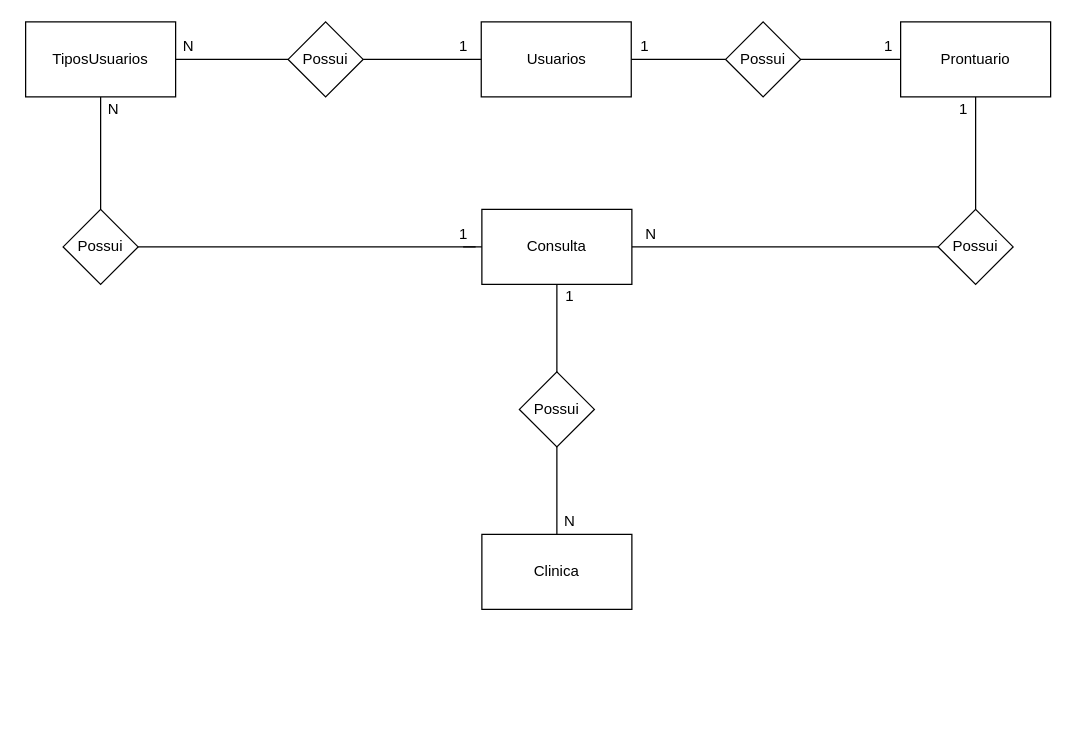
The draw.io diagram page "Conceitual" (1 of 2) of Projeto_SP_Medical Group/Modelagens/Modelagem_Projeto_SPMG.drawio in Matheus-neri1998/Senai_sprint1_bd, before the edit. Source tidied: cells renumbered, new cells numbered last; positions are measured from the earlier drawing's top-left corner, leaving out a move shared by most shapes. Both pictures are drawn from the tidied source at 125%, with x=0, y=0 at pixel (25, 21).
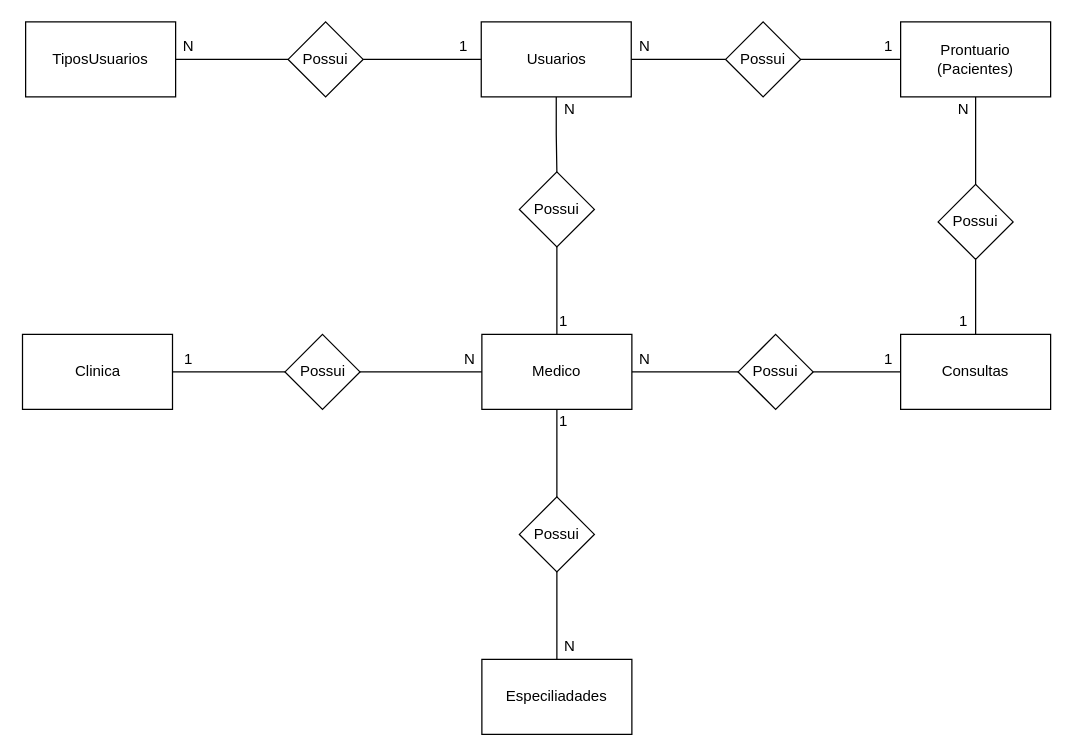
The same page after the edit.

Commit message:
Modelagens incompleto

Unchanged cells that the change refers to:
```xml
<mxCell id="5" value="TiposUsuarios" style="rounded=0;whiteSpace=wrap;html=1;" parent="1" vertex="1">
  <mxGeometry width="120" height="60" as="geometry" />
</mxCell>
<mxCell id="7" value="Usuarios" style="rounded=0;whiteSpace=wrap;html=1;" parent="1" vertex="1">
  <mxGeometry x="364.5" width="120" height="60" as="geometry" />
</mxCell>
```

Diff of the diagram source:
```diff
@@
-    <mxCell id="2" value="Clinica" style="rounded=0;whiteSpace=wrap;html=1;" parent="1" vertex="1">
-      <mxGeometry x="365" y="410" width="120" height="60" as="geometry" />
+    <mxCell id="2" value="Especiliadades" style="rounded=0;whiteSpace=wrap;html=1;" parent="1" vertex="1">
+      <mxGeometry x="365" y="510" width="120" height="60" as="geometry" />
     </mxCell>
@@
-    <mxCell id="4" style="edgeStyle=orthogonalEdgeStyle;rounded=0;jettySize=auto;html=1;exitX=0.5;exitY=1;exitDx=0;exitDy=0;endArrow=none;endFill=0;" parent="1" edge="1" source="5" target="21">
-      <mxGeometry relative="1" as="geometry" />
-    </mxCell>
@@
+    <mxCell id="33" style="edgeStyle=orthogonalEdgeStyle;rounded=0;jettySize=auto;html=1;exitX=0.5;exitY=1;exitDx=0;exitDy=0;endArrow=none;endFill=0;" parent="1" edge="1" source="7" target="41">
+      <mxGeometry relative="1" as="geometry" />
+    </mxCell>
@@
-    <mxCell id="8" style="edgeStyle=orthogonalEdgeStyle;rounded=0;jettySize=auto;html=1;exitX=0.5;exitY=1;exitDx=0;exitDy=0;entryX=0.5;entryY=0;entryDx=0;entryDy=0;endArrow=none;endFill=0;" parent="1" edge="1" source="9" target="17">
-      <mxGeometry relative="1" as="geometry" />
+    <mxCell id="8" style="edgeStyle=orthogonalEdgeStyle;rounded=0;jettySize=auto;html=1;exitX=0.5;exitY=1;exitDx=0;exitDy=0;entryX=0.5;entryY=0;entryDx=0;entryDy=0;endArrow=none;endFill=0;" parent="1" edge="1" source="9">
+      <mxGeometry relative="1" as="geometry">
+        <mxPoint x="760" y="150" as="targetPoint" />
+      </mxGeometry>
     </mxCell>
-    <mxCell id="9" value="Prontuario" style="rounded=0;whiteSpace=wrap;html=1;" parent="1" vertex="1">
+    <mxCell id="9" value="Prontuario&lt;br&gt;(Pacientes)" style="rounded=0;whiteSpace=wrap;html=1;" parent="1" vertex="1">
       <mxGeometry x="700" width="120" height="60" as="geometry" />
     </mxCell>
-    <mxCell id="10" style="edgeStyle=orthogonalEdgeStyle;rounded=0;jettySize=auto;html=1;exitX=1;exitY=0.5;exitDx=0;exitDy=0;entryX=0;entryY=0.5;entryDx=0;entryDy=0;endArrow=none;endFill=0;" parent="1" edge="1" source="12" target="17">
-      <mxGeometry relative="1" as="geometry" />
-    </mxCell>
-    <mxCell id="11" style="edgeStyle=orthogonalEdgeStyle;rounded=0;jettySize=auto;html=1;exitX=0.5;exitY=1;exitDx=0;exitDy=0;entryX=0.5;entryY=0;entryDx=0;entryDy=0;endArrow=none;endFill=0;" parent="1" edge="1" source="12" target="19">
-      <mxGeometry relative="1" as="geometry" />
-    </mxCell>
+    <mxCell id="34" style="edgeStyle=orthogonalEdgeStyle;rounded=0;jettySize=auto;html=1;exitX=1;exitY=0.5;exitDx=0;exitDy=0;endArrow=none;endFill=0;" parent="1" edge="1" source="12" target="43">
+      <mxGeometry relative="1" as="geometry" />
+    </mxCell>
-    <mxCell id="12" value="Consulta" style="rounded=0;whiteSpace=wrap;html=1;" parent="1" vertex="1">
-      <mxGeometry x="365" y="150" width="120" height="60" as="geometry" />
+    <mxCell id="12" value="Medico" style="rounded=0;whiteSpace=wrap;html=1;" parent="1" vertex="1">
+      <mxGeometry x="365" y="250" width="120" height="60" as="geometry" />
     </mxCell>
@@
-    <mxCell id="17" value="Possui" style="rhombus;whiteSpace=wrap;html=1;" parent="1" vertex="1">
-      <mxGeometry x="730" y="150" width="60" height="60" as="geometry" />
-    </mxCell>
@@
+    <mxCell id="35" style="edgeStyle=orthogonalEdgeStyle;rounded=0;jettySize=auto;html=1;exitX=0.5;exitY=0;exitDx=0;exitDy=0;entryX=0.5;entryY=1;entryDx=0;entryDy=0;endArrow=none;endFill=0;" parent="1" edge="1" source="19" target="12">
+      <mxGeometry relative="1" as="geometry" />
+    </mxCell>
     <mxCell id="19" value="Possui" style="rhombus;whiteSpace=wrap;html=1;" parent="1" vertex="1">
-      <mxGeometry x="395" y="280" width="60" height="60" as="geometry" />
+      <mxGeometry x="395" y="380" width="60" height="60" as="geometry" />
     </mxCell>
-    <mxCell id="20" style="edgeStyle=orthogonalEdgeStyle;rounded=0;jettySize=auto;html=1;exitX=1;exitY=0.5;exitDx=0;exitDy=0;entryX=0;entryY=0.5;entryDx=0;entryDy=0;endArrow=none;endFill=0;" parent="1" edge="1" target="12">
-      <mxGeometry relative="1" as="geometry">
-        <mxPoint x="350" y="180" as="sourcePoint" />
-      </mxGeometry>
-    </mxCell>
-    <mxCell id="21" value="Possui" style="rhombus;whiteSpace=wrap;html=1;" parent="1" vertex="1">
-      <mxGeometry x="30" y="150" width="60" height="60" as="geometry" />
-    </mxCell>
@@
-    <mxCell id="24" value="1" style="text;html=1;align=center;verticalAlign=middle;" parent="1" vertex="1">
+    <mxCell id="24" value="N" style="text;html=1;align=center;verticalAlign=middle;" parent="1" vertex="1">
       <mxGeometry x="485" y="10" width="20" height="20" as="geometry" />
     </mxCell>
@@
-    <mxCell id="26" value="1" style="text;html=1;align=center;verticalAlign=middle;" parent="1" vertex="1">
+    <mxCell id="26" value="N" style="text;html=1;align=center;verticalAlign=middle;" parent="1" vertex="1">
       <mxGeometry x="740" y="60" width="20" height="20" as="geometry" />
     </mxCell>
-    <mxCell id="27" value="N" style="text;html=1;align=center;verticalAlign=middle;" parent="1" vertex="1">
-      <mxGeometry x="490" y="160" width="20" height="20" as="geometry" />
-    </mxCell>
     <mxCell id="28" value="N" style="text;html=1;align=center;verticalAlign=middle;" parent="1" vertex="1">
-      <mxGeometry x="425" y="390" width="20" height="20" as="geometry" />
+      <mxGeometry x="425" y="490" width="20" height="20" as="geometry" />
     </mxCell>
-    <mxCell id="29" value="1" style="text;html=1;align=center;verticalAlign=middle;" parent="1" vertex="1">
-      <mxGeometry x="425" y="210" width="20" height="20" as="geometry" />
-    </mxCell>
-    <mxCell id="30" style="edgeStyle=orthogonalEdgeStyle;rounded=0;jettySize=auto;html=1;exitX=1;exitY=0.5;exitDx=0;exitDy=0;endArrow=none;endFill=0;" parent="1" edge="1" source="21">
-      <mxGeometry relative="1" as="geometry">
-        <mxPoint x="360" y="180" as="targetPoint" />
-      </mxGeometry>
-    </mxCell>
-    <mxCell id="31" value="1" style="text;html=1;align=center;verticalAlign=middle;" parent="1" vertex="1">
-      <mxGeometry x="340" y="160" width="20" height="20" as="geometry" />
-    </mxCell>
-    <mxCell id="32" value="N" style="text;html=1;align=center;verticalAlign=middle;" parent="1" vertex="1">
-      <mxGeometry x="60" y="60" width="20" height="20" as="geometry" />
-    </mxCell>
+    <mxCell id="36" style="edgeStyle=orthogonalEdgeStyle;rounded=0;jettySize=auto;html=1;exitX=1;exitY=0.5;exitDx=0;exitDy=0;endArrow=none;endFill=0;" parent="1" edge="1" source="37" target="39">
+      <mxGeometry relative="1" as="geometry" />
+    </mxCell>
+    <mxCell id="37" value="Clinica" style="rounded=0;whiteSpace=wrap;html=1;" parent="1" vertex="1">
+      <mxGeometry x="-2.5" y="250" width="120" height="60" as="geometry" />
+    </mxCell>
+    <mxCell id="38" style="edgeStyle=orthogonalEdgeStyle;rounded=0;jettySize=auto;html=1;exitX=1;exitY=0.5;exitDx=0;exitDy=0;entryX=0;entryY=0.5;entryDx=0;entryDy=0;endArrow=none;endFill=0;" parent="1" edge="1" source="39" target="12">
+      <mxGeometry relative="1" as="geometry" />
+    </mxCell>
+    <mxCell id="39" value="Possui" style="rhombus;whiteSpace=wrap;html=1;" parent="1" vertex="1">
+      <mxGeometry x="207.5" y="250" width="60" height="60" as="geometry" />
+    </mxCell>
+    <mxCell id="40" style="edgeStyle=orthogonalEdgeStyle;rounded=0;jettySize=auto;html=1;exitX=0.5;exitY=1;exitDx=0;exitDy=0;entryX=0.5;entryY=0;entryDx=0;entryDy=0;endArrow=none;endFill=0;" parent="1" edge="1" source="41" target="12">
+      <mxGeometry relative="1" as="geometry" />
+    </mxCell>
+    <mxCell id="41" value="Possui" style="rhombus;whiteSpace=wrap;html=1;" parent="1" vertex="1">
+      <mxGeometry x="395" y="120" width="60" height="60" as="geometry" />
+    </mxCell>
+    <mxCell id="42" style="edgeStyle=orthogonalEdgeStyle;rounded=0;jettySize=auto;html=1;exitX=1;exitY=0.5;exitDx=0;exitDy=0;endArrow=none;endFill=0;" parent="1" edge="1" source="43" target="44">
+      <mxGeometry relative="1" as="geometry" />
+    </mxCell>
+    <mxCell id="43" value="Possui" style="rhombus;whiteSpace=wrap;html=1;" parent="1" vertex="1">
+      <mxGeometry x="570" y="250" width="60" height="60" as="geometry" />
+    </mxCell>
+    <mxCell id="44" value="Consultas" style="rounded=0;whiteSpace=wrap;html=1;" parent="1" vertex="1">
+      <mxGeometry x="700" y="250" width="120" height="60" as="geometry" />
+    </mxCell>
+    <mxCell id="45" style="edgeStyle=orthogonalEdgeStyle;rounded=0;jettySize=auto;html=1;exitX=0.5;exitY=1;exitDx=0;exitDy=0;entryX=0.5;entryY=0;entryDx=0;entryDy=0;endArrow=none;endFill=0;" parent="1" edge="1" source="46" target="44">
+      <mxGeometry relative="1" as="geometry" />
+    </mxCell>
+    <mxCell id="46" value="Possui" style="rhombus;whiteSpace=wrap;html=1;" parent="1" vertex="1">
+      <mxGeometry x="730" y="130" width="60" height="60" as="geometry" />
+    </mxCell>
+    <mxCell id="47" value="1" style="text;html=1;align=center;verticalAlign=middle;" parent="1" vertex="1">
+      <mxGeometry x="740" y="230" width="20" height="20" as="geometry" />
+    </mxCell>
+    <mxCell id="48" value="N" style="text;html=1;align=center;verticalAlign=middle;" parent="1" vertex="1">
+      <mxGeometry x="485" y="260" width="20" height="20" as="geometry" />
+    </mxCell>
+    <mxCell id="49" value="1" style="text;html=1;align=center;verticalAlign=middle;" parent="1" vertex="1">
+      <mxGeometry x="680" y="260" width="20" height="20" as="geometry" />
+    </mxCell>
+    <mxCell id="50" value="1" style="text;html=1;align=center;verticalAlign=middle;" parent="1" vertex="1">
+      <mxGeometry x="420" y="310" width="20" height="20" as="geometry" />
+    </mxCell>
+    <mxCell id="51" value="N" style="text;html=1;align=center;verticalAlign=middle;" parent="1" vertex="1">
+      <mxGeometry x="425" y="60" width="20" height="20" as="geometry" />
+    </mxCell>
+    <mxCell id="52" value="1" style="text;html=1;align=center;verticalAlign=middle;" parent="1" vertex="1">
+      <mxGeometry x="420" y="230" width="20" height="20" as="geometry" />
+    </mxCell>
+    <mxCell id="53" value="1" style="text;html=1;align=center;verticalAlign=middle;" parent="1" vertex="1">
+      <mxGeometry x="120" y="260" width="20" height="20" as="geometry" />
+    </mxCell>
+    <mxCell id="54" value="N" style="text;html=1;align=center;verticalAlign=middle;" parent="1" vertex="1">
+      <mxGeometry x="344.5" y="260" width="20" height="20" as="geometry" />
+    </mxCell>
```
